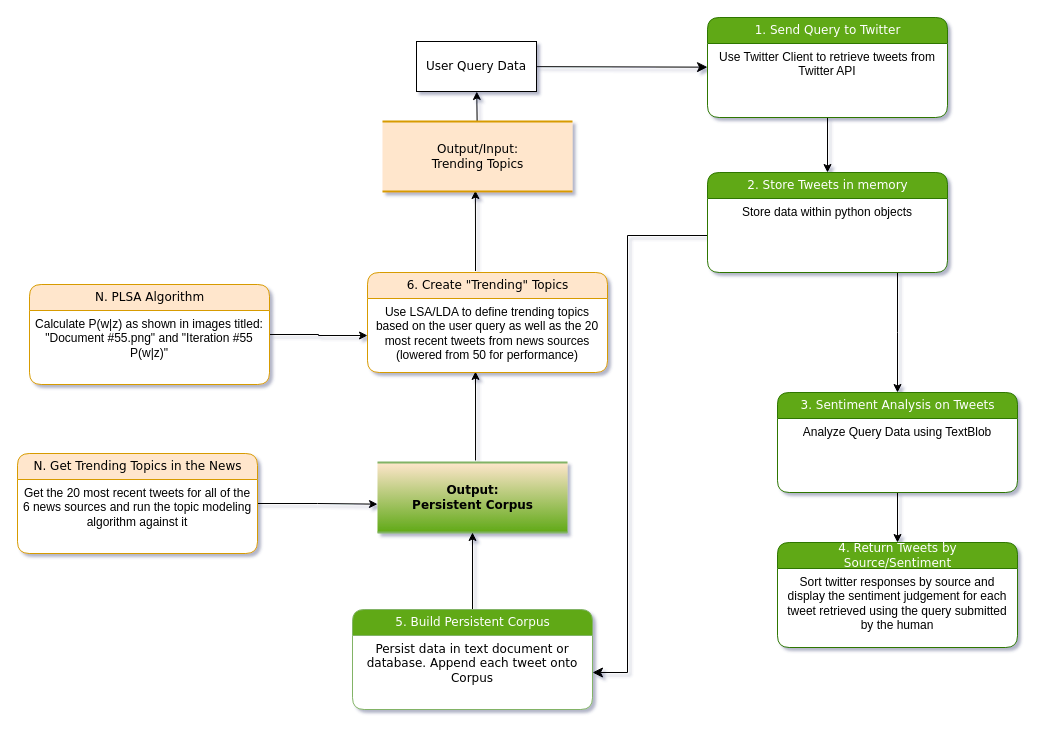
This is page "Page-1" (1 of 2) of .docs/Process Model.drawio from PeterWJefferson/CourseProject, a draw.io file, before an edit. Source tidied: cells renumbered, new cells numbered last; positions are measured from the earlier drawing's top-left corner, leaving out a move shared by most shapes. Both pictures are drawn from the tidied source at 100%, with x=0, y=0 at pixel (17, 17).
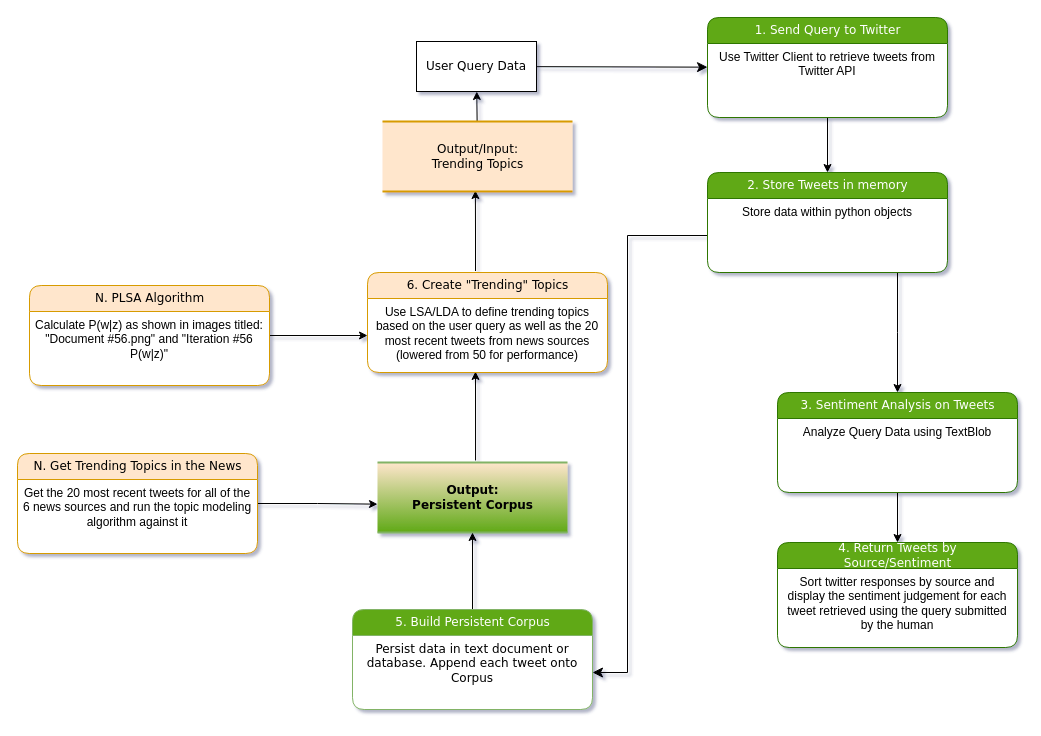
The same diagram, later.

Commit message (it also covers changes not shown here):
docs: minor changes to diagram, removes unused files

Change to the diagram source:
```diff
@@
     <mxCell id="30" value="N. PLSA Algorithm" style="swimlane;html=1;fontStyle=0;horizontal=1;startSize=26;fillColor=#ffe6cc;swimlaneFillColor=#ffffff;align=center;rounded=1;shadow=0;comic=0;labelBackgroundColor=none;strokeWidth=1;fontFamily=Verdana;fontSize=12;strokeColor=#d79b00;" parent="1" vertex="1">
-      <mxGeometry x="12" y="267" width="240" height="100" as="geometry" />
+      <mxGeometry x="12" y="268" width="240" height="100" as="geometry" />
     </mxCell>
-    <mxCell id="31" value="Calculate P(w|z) as shown in images titled: &quot;Document #55.png&quot; and &quot;Iteration #55 P(w|z)&quot;" style="text;html=1;strokeColor=none;fillColor=none;spacingLeft=4;spacingRight=4;whiteSpace=wrap;overflow=hidden;align=center;" parent="30" vertex="1">
+    <mxCell id="31" value="Calculate P(w|z) as shown in images titled: &quot;Document #56.png&quot; and &quot;Iteration #56 P(w|z)&quot;" style="text;html=1;strokeColor=none;fillColor=none;spacingLeft=4;spacingRight=4;whiteSpace=wrap;overflow=hidden;align=center;" parent="30" vertex="1">
       <mxGeometry y="26" width="240" height="74" as="geometry" />
     </mxCell>
```
